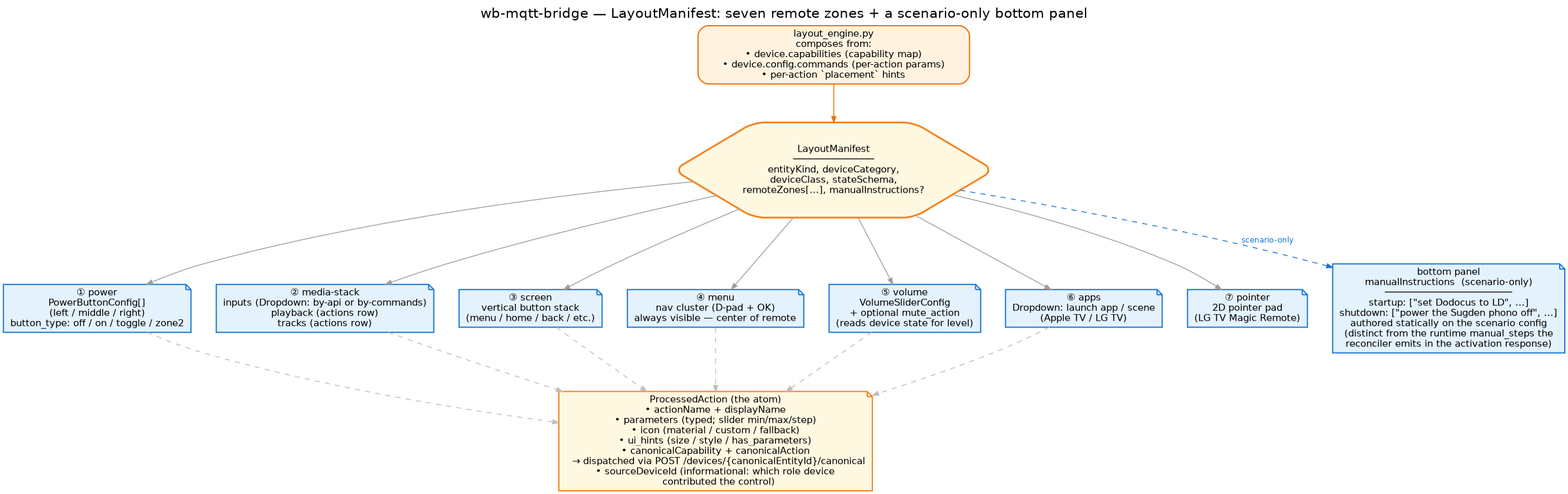
Above: docs/images/layout-manifest.png in droman42/wb-mqtt-bridge (Graphviz), before the change. Its source is kept beside it as docs/images/layout-manifest.dot.
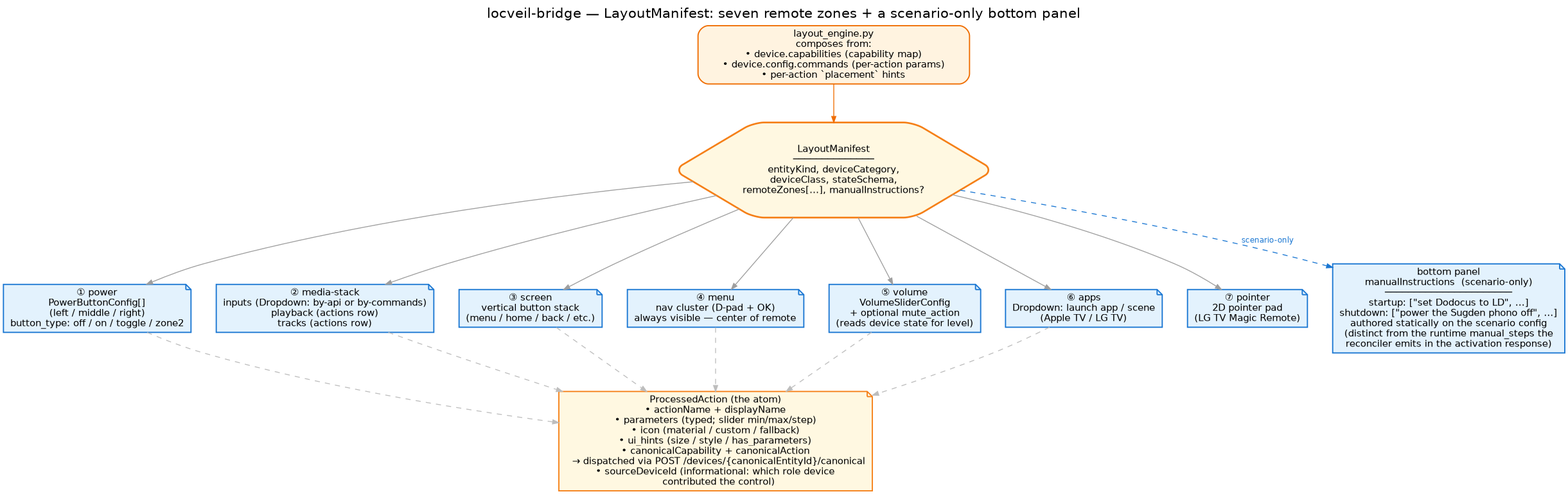
After the change.

The edit, as a diff of the source:
```diff
@@ -4,7 +4,7 @@
   splines=spline;
   nodesep=0.4; ranksep=0.6;
   fontname="Helvetica"; labelloc=t; fontsize=16;
-  label="wb-mqtt-bridge — LayoutManifest: seven remote zones + a scenario-only bottom panel";
+  label="locveil-bridge — LayoutManifest: seven remote zones + a scenario-only bottom panel";
 
   node [fontname="Helvetica", fontsize=11, shape=box, style="filled,rounded", penwidth=1.4];
   edge [fontname="Helvetica", fontsize=9, color="#9e9e9e", arrowsize=0.7];
```
